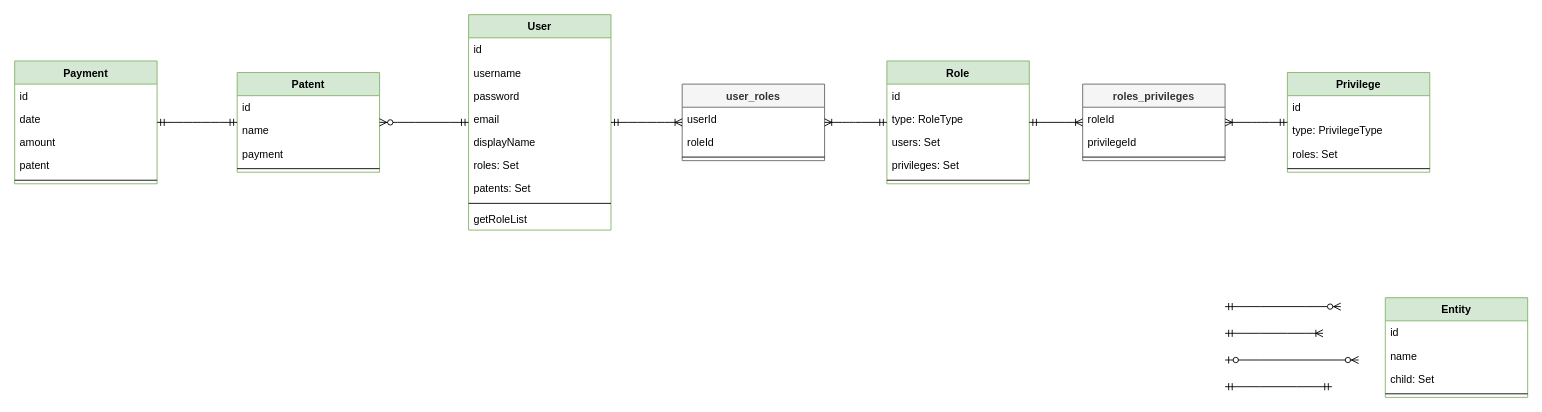
This is docs/3 infrastructure/database model.drawio from StefanRoman3/patent-app, a draw.io file, before an edit. Source tidied: cells renumbered, new cells numbered last; positions are measured from the earlier drawing's top-left corner, leaving out a move shared by most shapes. Both pictures are drawn from the tidied source at 89%, with x=0, y=0 at pixel (14, 14).
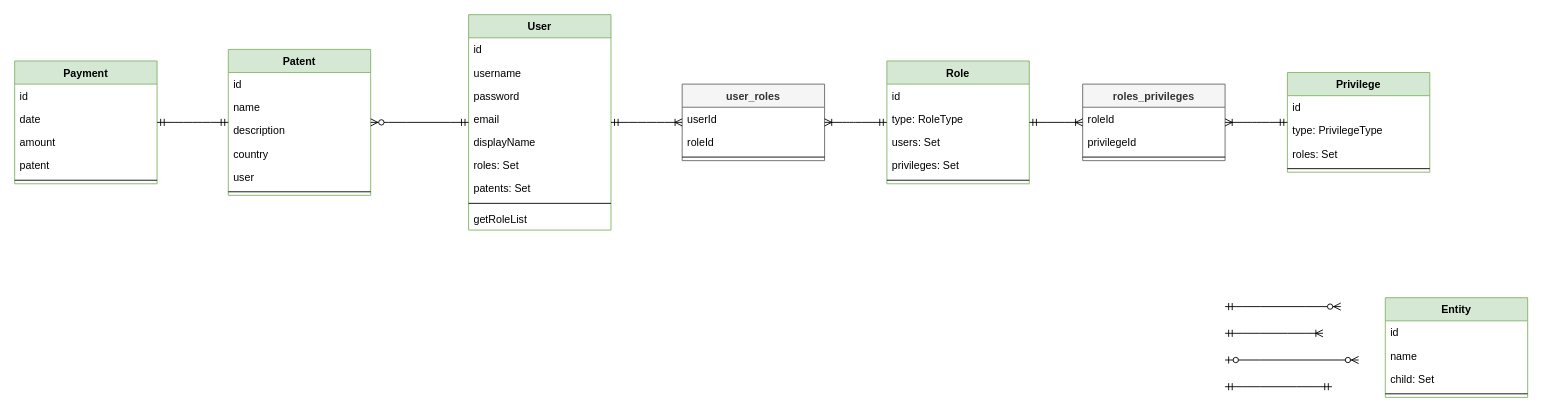
The same diagram, later.

Diff of the diagram source:
```diff
@@
     <mxCell id="44" value="Patent" style="swimlane;fontStyle=1;align=center;verticalAlign=top;horizontal=1;startSize=26;fillColor=#d5e8d4;strokeColor=#82b366;" parent="1" vertex="1">
-      <mxGeometry x="250" y="65" width="160" height="112" as="geometry" />
+      <mxGeometry x="240" y="39" width="160" height="164" as="geometry" />
     </mxCell>
@@
+    <mxCell id="57" value="description" style="text;strokeColor=none;fillColor=none;align=left;verticalAlign=top;spacingLeft=4;spacingRight=4;overflow=hidden;" parent="44" vertex="1">
+      <mxGeometry y="78" width="160" height="26" as="geometry" />
+    </mxCell>
-    <mxCell id="47" value="payment" style="text;strokeColor=none;fillColor=none;align=left;verticalAlign=top;spacingLeft=4;spacingRight=4;overflow=hidden;" parent="44" vertex="1">
-      <mxGeometry y="78" width="160" height="26" as="geometry" />
+    <mxCell id="47" value="country" style="text;strokeColor=none;fillColor=none;align=left;verticalAlign=top;spacingLeft=4;spacingRight=4;overflow=hidden;" parent="44" vertex="1">
+      <mxGeometry y="104" width="160" height="26" as="geometry" />
     </mxCell>
+    <mxCell id="58" value="user" style="text;strokeColor=none;fillColor=none;align=left;verticalAlign=top;spacingLeft=4;spacingRight=4;overflow=hidden;" parent="44" vertex="1">
+      <mxGeometry y="130" width="160" height="26" as="geometry" />
+    </mxCell>
     <mxCell id="48" style="line;strokeWidth=1;fillColor=none;align=left;verticalAlign=middle;spacingTop=-1;spacingLeft=3;spacingRight=3;labelPosition=right;" parent="44" vertex="1">
-      <mxGeometry y="104" width="160" height="8" as="geometry" />
+      <mxGeometry y="156" width="160" height="8" as="geometry" />
     </mxCell>
```
